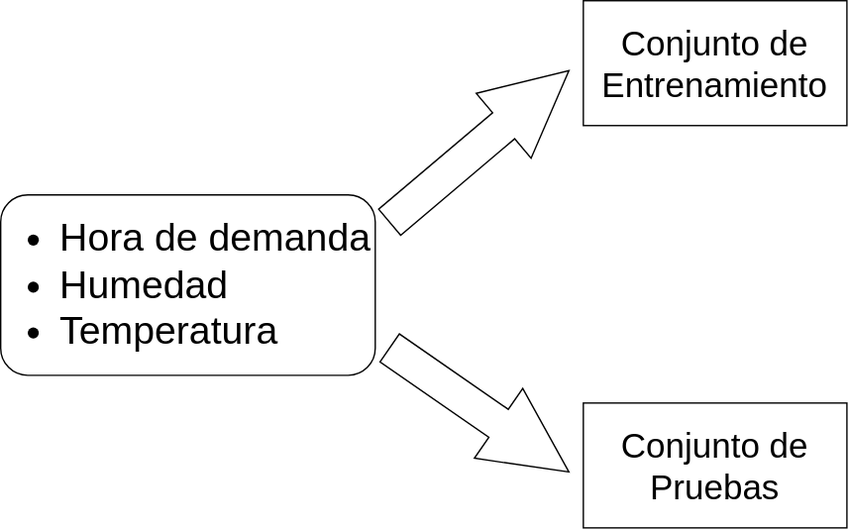
Above: Diagrama_ML.svg in williamm6891/Actividad_1 (draw.io), before the change. Source tidied: cells renumbered, new cells last; positions are measured from the earlier drawing's top-left corner, leaving out a move shared by most shapes. Its diagram source:
```xml
<mxGraphModel>
  <root>
    <mxCell id="0" />
    <mxCell id="1" parent="0" />
    <mxCell id="2" value="&lt;div style=&quot;text-align: justify; font-size: 28px;&quot;&gt;&lt;ul&gt;&lt;li&gt;&lt;span style=&quot;background-color: initial;&quot;&gt;Hora de demanda&lt;/span&gt;&lt;/li&gt;&lt;li&gt;&lt;span style=&quot;background-color: initial;&quot;&gt;Humedad&lt;/span&gt;&lt;/li&gt;&lt;li&gt;&lt;span style=&quot;background-color: initial;&quot;&gt;Temperatura&lt;/span&gt;&lt;/li&gt;&lt;/ul&gt;&lt;/div&gt;" style="rounded=1;whiteSpace=wrap;html=1;" parent="1" vertex="1">
      <mxGeometry y="140" width="270" height="130" as="geometry" />
    </mxCell>
    <mxCell id="3" style="shape=flexArrow;endArrow=classic;html=1;rounded=0;endWidth=35.673469387755105;endSize=20.217142857142857;width=24.571428571428573;" parent="1" edge="1">
      <mxGeometry relative="1" as="geometry">
        <mxPoint x="280" y="160" as="sourcePoint" />
        <mxPoint x="410" y="50" as="targetPoint" />
      </mxGeometry>
    </mxCell>
    <mxCell id="4" style="shape=flexArrow;endArrow=classic;html=1;rounded=0;endWidth=35.673469387755105;endSize=20.217142857142857;width=24.571428571428573;" parent="1" edge="1">
      <mxGeometry relative="1" as="geometry">
        <mxPoint x="280" y="250" as="sourcePoint" />
        <mxPoint x="410" y="340" as="targetPoint" />
      </mxGeometry>
    </mxCell>
    <mxCell id="5" value="&lt;font style=&quot;font-size: 25px;&quot;&gt;Conjunto de Entrenamiento&lt;/font&gt;" style="rounded=0;whiteSpace=wrap;html=1;" parent="1" vertex="1">
      <mxGeometry x="420" width="190" height="90" as="geometry" />
    </mxCell>
    <mxCell id="6" value="&lt;font style=&quot;font-size: 25px;&quot;&gt;Conjunto de Pruebas&lt;/font&gt;" style="rounded=0;whiteSpace=wrap;html=1;" parent="1" vertex="1">
      <mxGeometry x="420" y="290" width="190" height="90" as="geometry" />
    </mxCell>
  </root>
</mxGraphModel>
```
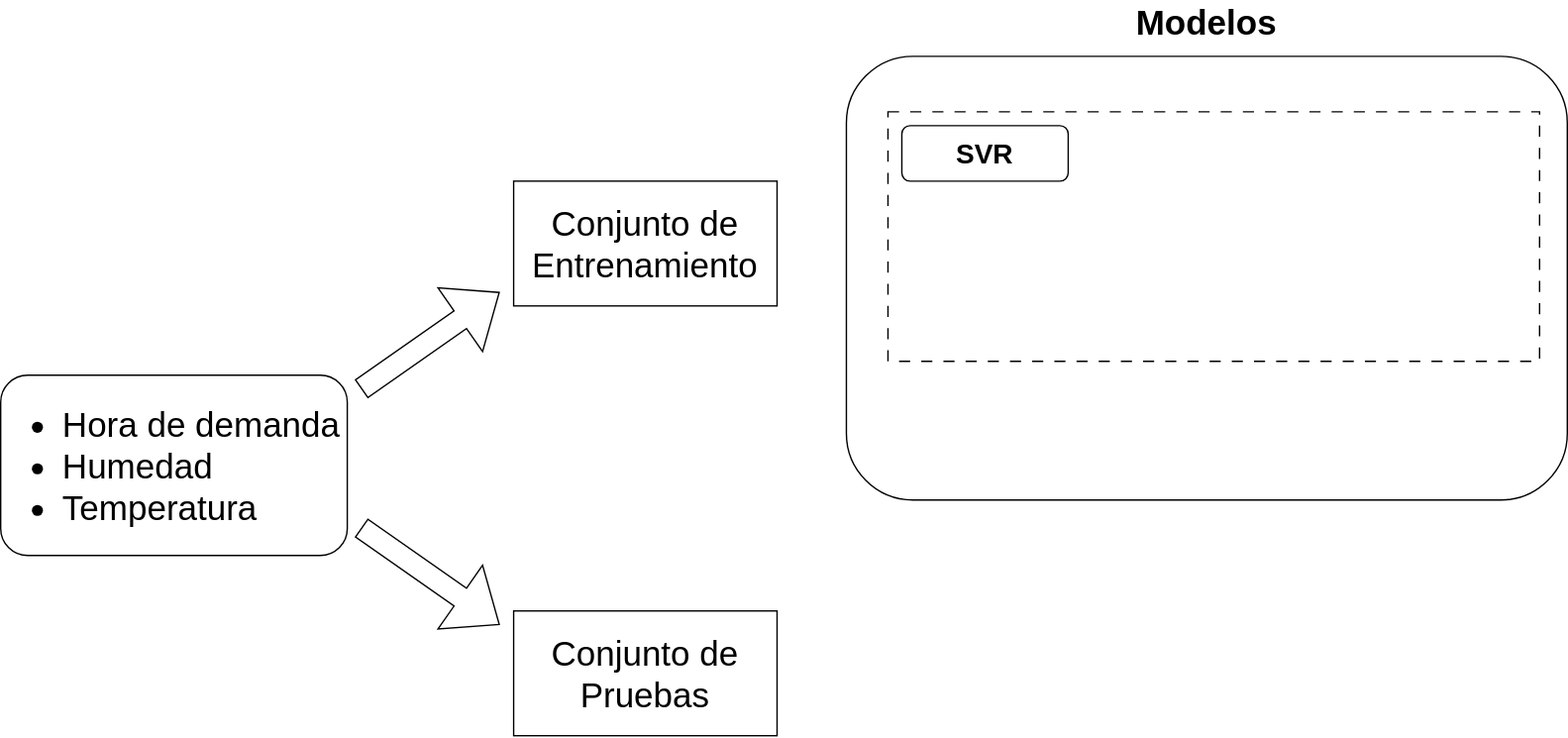
The same diagram one commit later.

The edit, as a diff of the source:
```diff
@@ -2,26 +2,41 @@
   <root>
     <mxCell id="0" />
     <mxCell id="1" parent="0" />
-    <mxCell id="2" value="&lt;div style=&quot;text-align: justify; font-size: 28px;&quot;&gt;&lt;ul&gt;&lt;li&gt;&lt;span style=&quot;background-color: initial;&quot;&gt;Hora de demanda&lt;/span&gt;&lt;/li&gt;&lt;li&gt;&lt;span style=&quot;background-color: initial;&quot;&gt;Humedad&lt;/span&gt;&lt;/li&gt;&lt;li&gt;&lt;span style=&quot;background-color: initial;&quot;&gt;Temperatura&lt;/span&gt;&lt;/li&gt;&lt;/ul&gt;&lt;/div&gt;" style="rounded=1;whiteSpace=wrap;html=1;" parent="1" vertex="1">
-      <mxGeometry y="140" width="270" height="130" as="geometry" />
+    <mxCell id="2" value="&lt;div style=&quot;text-align: justify; font-size: 25px;&quot;&gt;&lt;ul&gt;&lt;li&gt;&lt;span style=&quot;background-color: initial;&quot;&gt;Hora de demanda&lt;/span&gt;&lt;/li&gt;&lt;li&gt;&lt;span style=&quot;background-color: initial;&quot;&gt;Humedad&lt;/span&gt;&lt;/li&gt;&lt;li&gt;&lt;span style=&quot;background-color: initial;&quot;&gt;Temperatura&lt;/span&gt;&lt;/li&gt;&lt;/ul&gt;&lt;/div&gt;" style="rounded=1;whiteSpace=wrap;html=1;" parent="1" vertex="1">
+      <mxGeometry y="140" width="250" height="130" as="geometry" />
     </mxCell>
-    <mxCell id="3" style="shape=flexArrow;endArrow=classic;html=1;rounded=0;endWidth=35.673469387755105;endSize=20.217142857142857;width=24.571428571428573;" parent="1" edge="1">
-      <mxGeometry relative="1" as="geometry">
-        <mxPoint x="280" y="160" as="sourcePoint" />
-        <mxPoint x="410" y="50" as="targetPoint" />
-      </mxGeometry>
-    </mxCell>
-    <mxCell id="4" style="shape=flexArrow;endArrow=classic;html=1;rounded=0;endWidth=35.673469387755105;endSize=20.217142857142857;width=24.571428571428573;" parent="1" edge="1">
+    <mxCell id="4" style="shape=flexArrow;endArrow=classic;html=1;rounded=0;endWidth=39.432892249527406;endSize=11.095652173913043;width=15.65217391304348;" parent="1" edge="1">
       <mxGeometry relative="1" as="geometry">
-        <mxPoint x="280" y="250" as="sourcePoint" />
-        <mxPoint x="410" y="340" as="targetPoint" />
+        <mxPoint x="260" y="250" as="sourcePoint" />
+        <mxPoint x="360" y="320" as="targetPoint" />
       </mxGeometry>
     </mxCell>
     <mxCell id="5" value="&lt;font style=&quot;font-size: 25px;&quot;&gt;Conjunto de Entrenamiento&lt;/font&gt;" style="rounded=0;whiteSpace=wrap;html=1;" parent="1" vertex="1">
-      <mxGeometry x="420" width="190" height="90" as="geometry" />
+      <mxGeometry x="370" width="190" height="90" as="geometry" />
     </mxCell>
     <mxCell id="6" value="&lt;font style=&quot;font-size: 25px;&quot;&gt;Conjunto de Pruebas&lt;/font&gt;" style="rounded=0;whiteSpace=wrap;html=1;" parent="1" vertex="1">
-      <mxGeometry x="420" y="290" width="190" height="90" as="geometry" />
+      <mxGeometry x="370" y="310" width="190" height="90" as="geometry" />
     </mxCell>
+    <mxCell id="7" style="edgeStyle=orthogonalEdgeStyle;rounded=0;orthogonalLoop=1;jettySize=auto;html=1;exitX=0.5;exitY=1;exitDx=0;exitDy=0;" parent="1" edge="1" source="5" target="5">
+      <mxGeometry relative="1" as="geometry" />
+    </mxCell>
+    <mxCell id="8" style="shape=flexArrow;endArrow=classic;html=1;rounded=0;endWidth=39.432892249527406;endSize=11.095652173913043;width=15.65217391304348;" parent="1" edge="1">
+      <mxGeometry relative="1" as="geometry">
+        <mxPoint x="260" y="150" as="sourcePoint" />
+        <mxPoint x="360" y="80" as="targetPoint" />
+      </mxGeometry>
+    </mxCell>
+    <mxCell id="9" style="rounded=1;whiteSpace=wrap;html=1;" parent="1" vertex="1">
+      <mxGeometry x="610" y="-90" width="520" height="320" as="geometry" />
+    </mxCell>
+    <mxCell id="10" value="&lt;font style=&quot;font-size: 25px;&quot;&gt;&lt;b&gt;Modelos&lt;/b&gt;&lt;/font&gt;" style="text;html=1;strokeColor=none;fillColor=none;align=center;verticalAlign=middle;whiteSpace=wrap;rounded=0;" parent="1" vertex="1">
+      <mxGeometry x="840" y="-130" width="60" height="30" as="geometry" />
+    </mxCell>
+    <mxCell id="11" style="rounded=0;whiteSpace=wrap;html=1;dashed=1;dashPattern=8 8;" parent="1" vertex="1">
+      <mxGeometry x="640" y="-50" width="470" height="180" as="geometry" />
+    </mxCell>
+    <mxCell id="12" value="&lt;font size=&quot;1&quot; style=&quot;&quot;&gt;&lt;b style=&quot;font-size: 20px;&quot;&gt;SVR&lt;/b&gt;&lt;/font&gt;" style="rounded=1;whiteSpace=wrap;html=1;" parent="1" vertex="1">
+      <mxGeometry x="650" y="-40" width="120" height="40" as="geometry" />
+    </mxCell>
   </root>
 </mxGraphModel>
```
